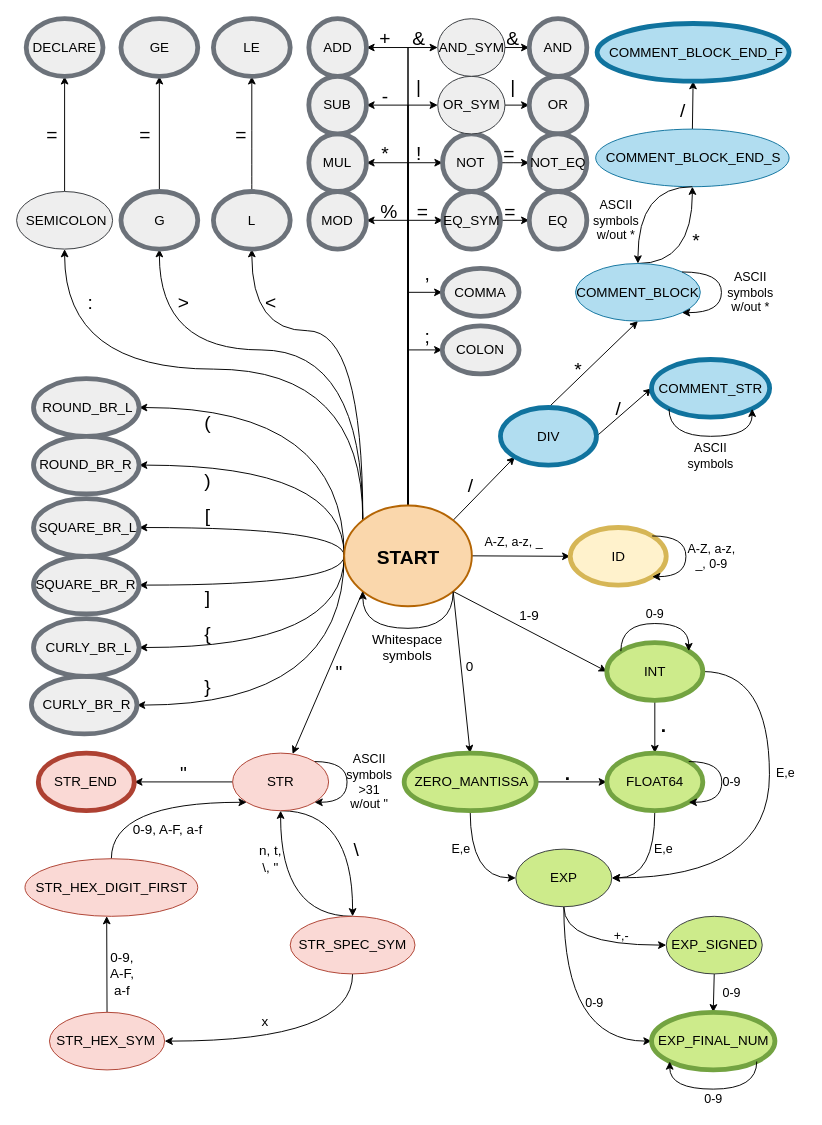
The draw.io diagram FSM_diagram.drawio in IvoB1n/IFJ, before the edit. Source tidied: cells renumbered, new cells numbered last; positions are measured from the earlier drawing's top-left corner, leaving out a move shared by most shapes. Both pictures are drawn from the tidied source at 96%, with x=0, y=0 at pixel (16, 18).
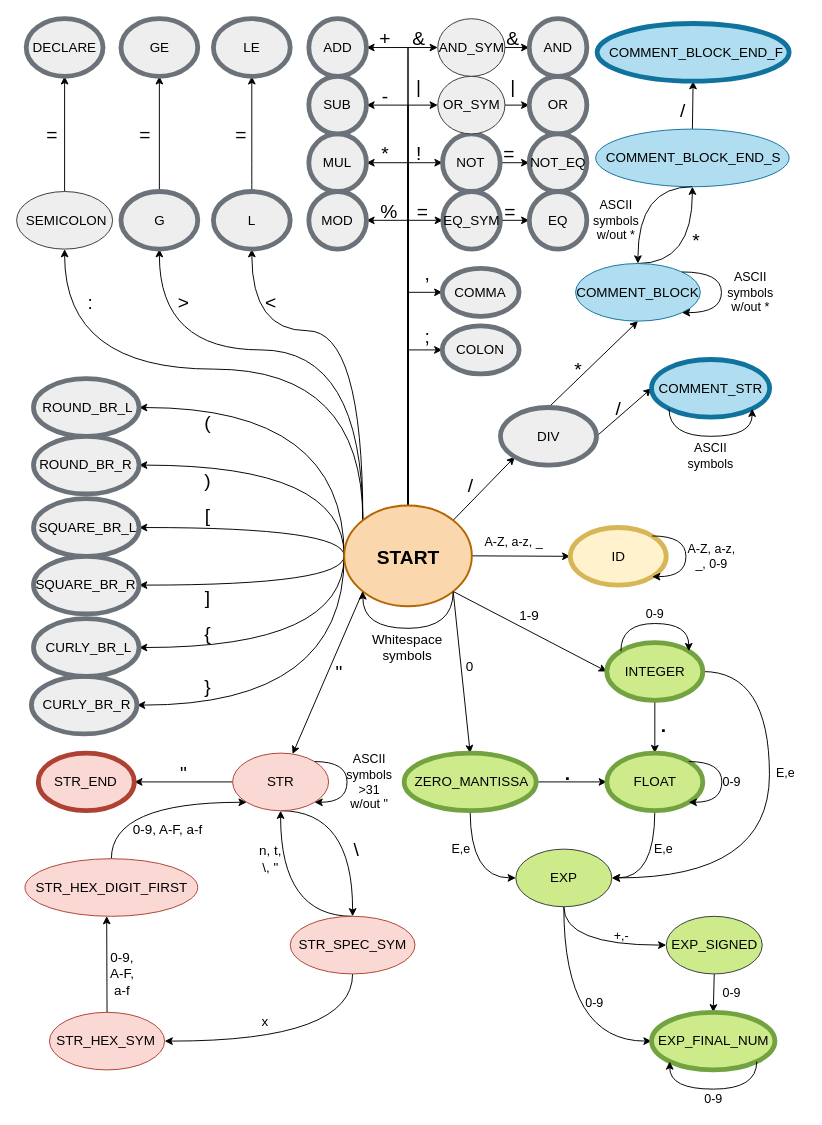
After the change.

Change to the diagram source:
```diff
@@
-    <mxCell id="74" style="ellipse;whiteSpace=wrap;html=1;fillColor=#b1ddf0;strokeColor=#10739e;strokeWidth=5;" parent="1" vertex="1">
+    <mxCell id="74" style="ellipse;whiteSpace=wrap;html=1;fillColor=#eeeeee;strokeColor=#6C727A;strokeWidth=5;" parent="1" vertex="1">
       <mxGeometry x="503.8" y="405" width="100" height="60" as="geometry" />
     </mxCell>
@@
-    <mxCell id="95" value=" INT" style="text;html=1;strokeColor=none;fillColor=none;align=center;verticalAlign=middle;whiteSpace=wrap;rounded=0;fontSize=14;" parent="1" vertex="1">
+    <mxCell id="95" value=" INTEGER" style="text;html=1;strokeColor=none;fillColor=none;align=center;verticalAlign=middle;whiteSpace=wrap;rounded=0;fontSize=14;" parent="1" vertex="1">
       <mxGeometry x="644.6" y="670" width="40" height="20" as="geometry" />
     </mxCell>
@@
-    <mxCell id="98" value=" FLOAT64" style="text;html=1;strokeColor=none;fillColor=none;align=center;verticalAlign=middle;whiteSpace=wrap;rounded=0;fontSize=14;" parent="1" vertex="1">
+    <mxCell id="98" value=" FLOAT" style="text;html=1;strokeColor=none;fillColor=none;align=center;verticalAlign=middle;whiteSpace=wrap;rounded=0;fontSize=14;" parent="1" vertex="1">
       <mxGeometry x="644.6" y="785" width="40" height="20" as="geometry" />
     </mxCell>
```
